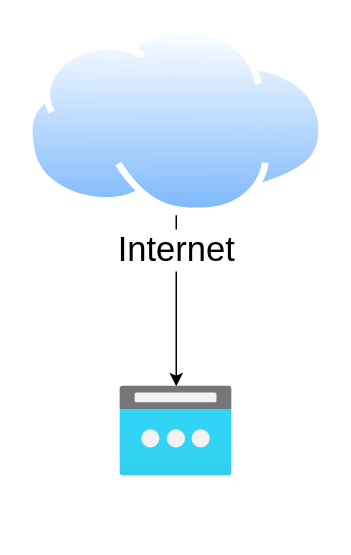
Earlier version of the draw.io diagram Ubiquiti_new configuration.drawio (Darujava/yomo2). Source tidied: cells renumbered, new cells numbered last; positions are measured from the earlier drawing's top-left corner, leaving out a move shared by most shapes. Both pictures are drawn from the tidied source at 150%, with x=0, y=0 at pixel (26, 26).
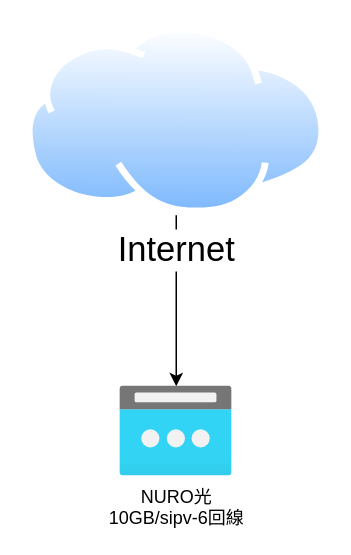
Above is the later version.

Commit message:
Ubiquiti_new configuration.drawio を更新します

The edit, as a diff of the source:
```diff
@@
 <mxGraphModel>
   <root>
     <mxCell id="0" />
     <mxCell id="1" parent="0" />
     <mxCell id="2" style="edgeStyle=orthogonalEdgeStyle;rounded=0;jettySize=auto;html=1;" parent="1" edge="1" source="3" target="4">
       <mxGeometry relative="1" as="geometry" />
     </mxCell>
     <mxCell id="3" value="&lt;font style=&quot;font-size: 23px;&quot;&gt;Internet&lt;/font&gt;" style="image;perimeter=ellipsePerimeter;html=1;align=center;shadow=0;dashed=0;spacingTop=3;image=img/lib/active_directory/internet_cloud.svg;" parent="1" vertex="1">
       <mxGeometry width="200" height="126" as="geometry" />
     </mxCell>
-    <mxCell id="4" style="image;html=1;points=[];align=center;fontSize=12;image=img/lib/azure2/networking/Public_IP_Addresses.svg;" parent="1" vertex="1">
+    <mxCell id="4" value="NURO光&lt;br&gt;10GB/sipv-6回線" style="image;html=1;points=[];align=center;fontSize=12;image=img/lib/azure2/networking/Public_IP_Addresses.svg;" parent="1" vertex="1">
       <mxGeometry x="62.5" y="240" width="75" height="60" as="geometry" />
     </mxCell>
   </root>
 </mxGraphModel>
```
